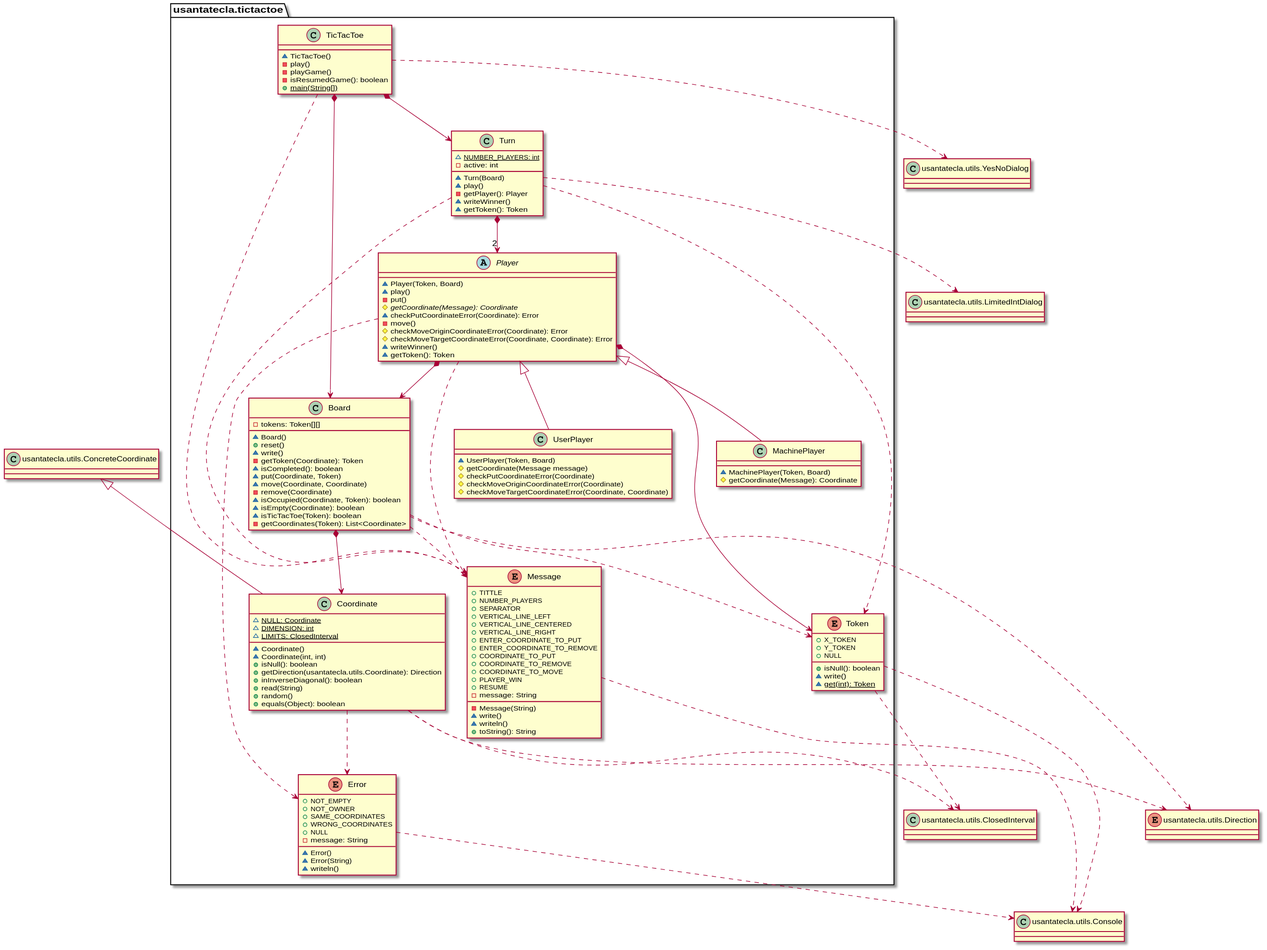
Above: domainModel/docs/diagrams/out/paquetes/tictactoe.svg in Jolucaa/USantaTecla-project-ticTacToe (PlantUML), before the change.
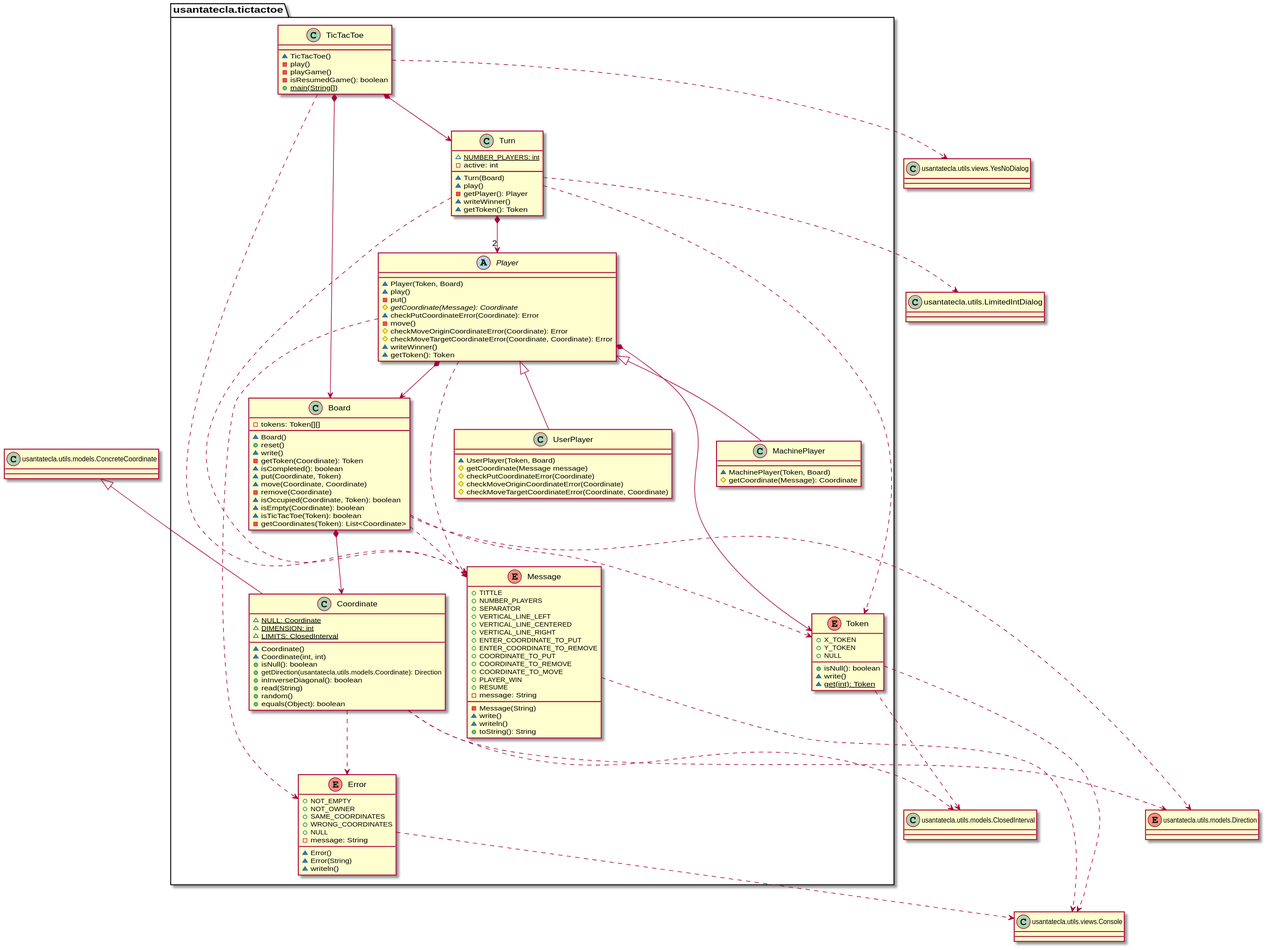
Later version of the same file.

What changed in the source:
```diff
@@ -23,7 +23,7 @@
 	~ Coordinate()
 	~ Coordinate(int, int)
 	+ isNull(): boolean
-	+ getDirection(usantatecla.utils.Coordinate): Direction
+	+ getDirection(usantatecla.utils.models.Coordinate): Direction
 	+ inInverseDiagonal(): boolean
 	+ read(String)
 	+ random()
@@ -137,15 +137,15 @@
 
 }
 
-class ConcreteCoordinate as "usantatecla.utils.ConcreteCoordinate"{
+class ConcreteCoordinate as "usantatecla.utils.models.ConcreteCoordinate"{
 
 }
 
-class ClosedInterval as "usantatecla.utils.ClosedInterval"{
+class ClosedInterval as "usantatecla.utils.models.ClosedInterval"{
 
 }
 
-class Console as "usantatecla.utils.Console"{
+class Console as "usantatecla.utils.views.Console"{
 
 }
 
@@ -153,11 +153,11 @@
 
 }
 
-class YesNoDialog as "usantatecla.utils.YesNoDialog"{
+class YesNoDialog as "usantatecla.utils.views.YesNoDialog"{
 
 }
 
-enum Direction as "usantatecla.utils.Direction"{
+enum Direction as "usantatecla.utils.models.Direction"{
 
 }
 
```
